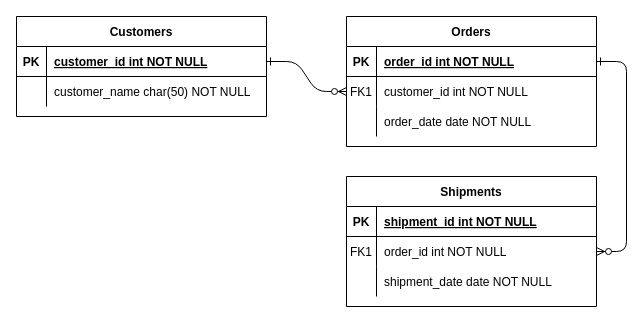
Above: ERver1.drawio in queencherryd/CS1103 (draw.io), before the change. Source tidied: cells renumbered, new cells numbered last; positions are measured from the earlier drawing's top-left corner, leaving out a move shared by most shapes. Both pictures are drawn from the tidied source at 100%, with x=0, y=0 at pixel (16, 16).
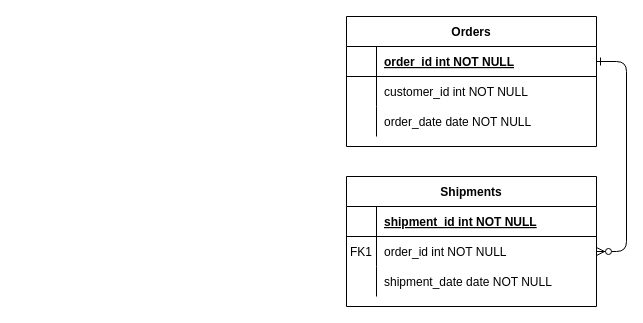
After the change.

The change refers to these unchanged cells:
```xml
<mxCell id="5" style="shape=partialRectangle;fillColor=none;points=[[0,0.5],[1,0.5]];portConstraint=eastwest;top=0;left=0;right=0;bottom=1;" parent="4" vertex="1">
  <mxGeometry y="30" width="250" height="30" as="geometry" />
</mxCell>
<mxCell id="8" style="shape=partialRectangle;fillColor=none;points=[[0,0.5],[1,0.5]];portConstraint=eastwest;top=0;left=0;right=0;bottom=0;" parent="4" vertex="1">
  <mxGeometry y="60" width="250" height="30" as="geometry" />
</mxCell>
<mxCell id="15" style="shape=partialRectangle;fillColor=none;top=0;left=0;right=0;bottom=1;" parent="14" vertex="1">
  <mxGeometry y="30" width="250" height="30" as="geometry" />
</mxCell>
```

Diff of the diagram source:
```diff
@@
-    <mxCell id="2" style="edgeStyle=entityRelationEdgeStyle;endArrow=ERzeroToMany;startArrow=ERone;endFill=1;startFill=0;" parent="1" edge="1" source="25" target="8">
-      <mxGeometry relative="1" as="geometry" />
-    </mxCell>
@@
-    <mxCell id="6" value="PK" style="shape=partialRectangle;overflow=hidden;fillColor=none;top=0;left=0;bottom=0;right=0;fontStyle=1;" parent="5" vertex="1">
+    <mxCell id="6" style="shape=partialRectangle;overflow=hidden;fillColor=none;top=0;left=0;bottom=0;right=0;fontStyle=1;" parent="5" vertex="1">
       <mxGeometry width="30" height="30" as="geometry" />
     </mxCell>
@@
-    <mxCell id="9" value="FK1" style="shape=partialRectangle;overflow=hidden;fillColor=none;top=0;left=0;bottom=0;right=0;" parent="8" vertex="1">
+    <mxCell id="9" style="shape=partialRectangle;overflow=hidden;fillColor=none;top=0;left=0;bottom=0;right=0;" parent="8" vertex="1">
       <mxGeometry width="30" height="30" as="geometry" />
     </mxCell>
@@
-    <mxCell id="16" value="PK" style="shape=partialRectangle;overflow=hidden;fillColor=none;top=0;left=0;bottom=0;right=0;fontStyle=1;" parent="15" vertex="1">
+    <mxCell id="16" style="shape=partialRectangle;overflow=hidden;fillColor=none;top=0;left=0;bottom=0;right=0;fontStyle=1;" parent="15" vertex="1">
       <mxGeometry width="30" height="30" as="geometry" />
     </mxCell>
@@
-    <mxCell id="24" value="Customers" style="shape=table;startSize=30;childLayout=tableLayout;rowLines=0;fontStyle=1;align=center;" parent="1" vertex="1">
-      <mxGeometry width="250" height="100" as="geometry" />
-    </mxCell>
-    <mxCell id="25" style="shape=partialRectangle;fillColor=none;points=[[0,0.5],[1,0.5]];portConstraint=eastwest;top=0;left=0;right=0;bottom=1;" parent="24" vertex="1">
-      <mxGeometry y="30" width="250" height="30" as="geometry" />
-    </mxCell>
-    <mxCell id="26" value="PK" style="shape=partialRectangle;overflow=hidden;fillColor=none;top=0;left=0;bottom=0;right=0;fontStyle=1;" parent="25" vertex="1">
-      <mxGeometry width="30" height="30" as="geometry" />
-    </mxCell>
-    <mxCell id="27" value="customer_id int NOT NULL " style="shape=partialRectangle;overflow=hidden;fillColor=none;top=0;left=0;bottom=0;right=0;align=left;spacingLeft=6;fontStyle=5;" parent="25" vertex="1">
-      <mxGeometry x="30" width="220" height="30" as="geometry" />
-    </mxCell>
-    <mxCell id="28" style="shape=partialRectangle;fillColor=none;top=0;left=0;right=0;bottom=0;" parent="24" vertex="1">
-      <mxGeometry y="60" width="250" height="30" as="geometry" />
-    </mxCell>
-    <mxCell id="29" style="shape=partialRectangle;overflow=hidden;fillColor=none;top=0;left=0;bottom=0;right=0;" parent="28" vertex="1">
-      <mxGeometry width="30" height="30" as="geometry" />
-    </mxCell>
-    <mxCell id="30" value="customer_name char(50) NOT NULL" style="shape=partialRectangle;overflow=hidden;fillColor=none;top=0;left=0;bottom=0;right=0;align=left;spacingLeft=6;" parent="28" vertex="1">
-      <mxGeometry x="30" width="220" height="30" as="geometry" />
-    </mxCell>
```
